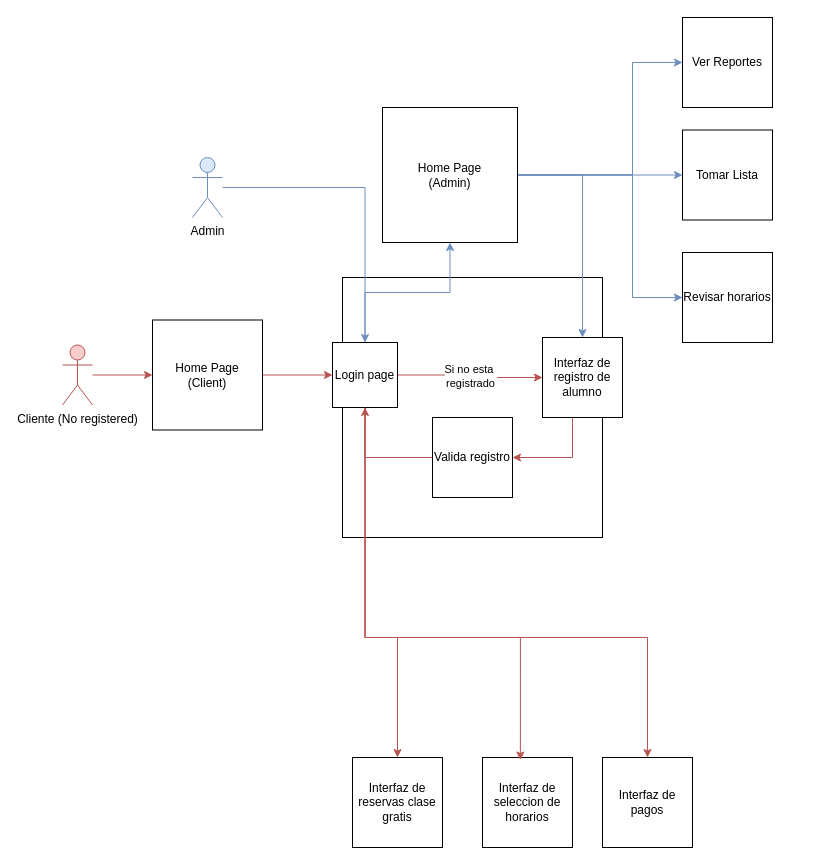
guillermo9301/isil-final-project keeps this draw.io diagram as Untitled Diagram.drawio. Above is the earlier version. Source tidied: cells renumbered, new cells numbered last; positions are measured from the earlier drawing's top-left corner, leaving out a move shared by most shapes. Both pictures are drawn from the tidied source at 100%, with x=0, y=0 at pixel (62, 17).
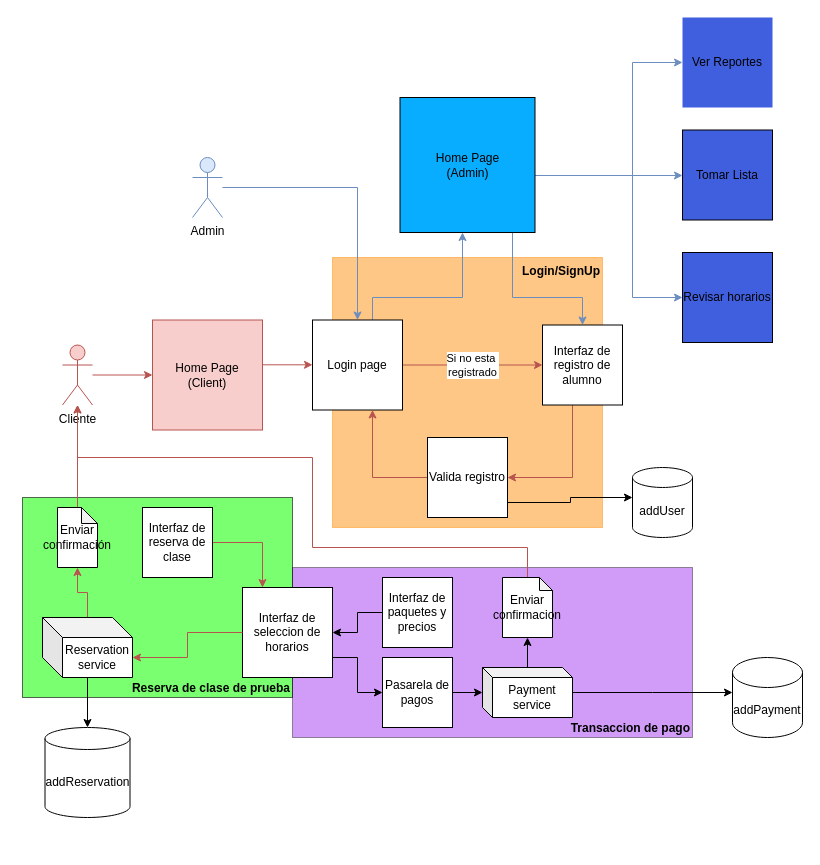
After the change.

The edit, as a diff of the source:
```diff
@@
-    <mxCell id="2" style="whiteSpace=wrap;html=1;" parent="1" vertex="1">
-      <mxGeometry x="280" y="260" width="260" height="260" as="geometry" />
+    <mxCell id="2" value="Login/SignUp&lt;div&gt;&lt;br&gt;&lt;/div&gt;" style="whiteSpace=wrap;html=1;fillColor=#FF8F0F;strokeColor=#FF8F0F;opacity=50;verticalAlign=top;align=right;fontStyle=1;" parent="1" vertex="1">
+      <mxGeometry x="270" y="240" width="270" height="270" as="geometry" />
     </mxCell>
@@
-    <mxCell id="4" style="edgeStyle=orthogonalEdgeStyle;rounded=0;jettySize=auto;html=1;fillColor=#f8cecc;strokeColor=#b85450;" parent="1" edge="1" source="7" target="19">
-      <mxGeometry relative="1" as="geometry">
-        <Array as="points">
-          <mxPoint x="303" y="620" />
-          <mxPoint x="335" y="620" />
-        </Array>
-      </mxGeometry>
-    </mxCell>
-    <mxCell id="5" style="edgeStyle=orthogonalEdgeStyle;rounded=0;jettySize=auto;html=1;fillColor=#f8cecc;strokeColor=#b85450;" parent="1" edge="1" source="7" target="20">
-      <mxGeometry relative="1" as="geometry">
-        <Array as="points">
-          <mxPoint x="303" y="620" />
-          <mxPoint x="585" y="620" />
-        </Array>
-      </mxGeometry>
-    </mxCell>
     <mxCell id="6" style="edgeStyle=orthogonalEdgeStyle;rounded=0;jettySize=auto;html=1;fillColor=#dae8fc;strokeColor=#6c8ebf;" parent="1" edge="1" source="7" target="14">
-      <mxGeometry relative="1" as="geometry" />
+      <mxGeometry relative="1" as="geometry">
+        <Array as="points">
+          <mxPoint x="310" y="280" />
+          <mxPoint x="400" y="280" />
+        </Array>
+      </mxGeometry>
     </mxCell>
     <mxCell id="7" value="Login page" style="whiteSpace=wrap;html=1;" parent="1" vertex="1">
-      <mxGeometry x="270" y="325" width="65" height="65" as="geometry" />
+      <mxGeometry x="250" y="302.5" width="90" height="90" as="geometry" />
     </mxCell>
-    <mxCell id="8" style="edgeStyle=orthogonalEdgeStyle;rounded=0;jettySize=auto;html=1;fillColor=#f8cecc;strokeColor=#b85450;" parent="1" edge="1" source="9" target="7">
-      <mxGeometry relative="1" as="geometry" />
+    <mxCell id="8" style="edgeStyle=orthogonalEdgeStyle;rounded=0;orthogonalLoop=1;jettySize=auto;html=1;fillColor=#f8cecc;strokeColor=#b85450;" parent="1" edge="1">
+      <mxGeometry relative="1" as="geometry">
+        <mxPoint x="200" y="347.3" as="sourcePoint" />
+        <mxPoint x="250" y="347.3" as="targetPoint" />
+        <Array as="points">
+          <mxPoint x="240" y="347.8" />
+          <mxPoint x="240" y="347.8" />
+        </Array>
+      </mxGeometry>
     </mxCell>
-    <mxCell id="9" value="Home Page&lt;div&gt;(Client)&lt;/div&gt;" style="whiteSpace=wrap;html=1;" parent="1" vertex="1">
+    <mxCell id="9" value="Home Page&lt;div&gt;(Client)&lt;/div&gt;" style="whiteSpace=wrap;html=1;fillColor=#f8cecc;strokeColor=#b85450;" parent="1" vertex="1">
       <mxGeometry x="90" y="302.5" width="110" height="110" as="geometry" />
     </mxCell>
     <mxCell id="10" style="edgeStyle=orthogonalEdgeStyle;rounded=0;jettySize=auto;html=1;fillColor=#dae8fc;strokeColor=#6c8ebf;" parent="1" edge="1" source="14" target="24">
-      <mxGeometry relative="1" as="geometry" />
+      <mxGeometry relative="1" as="geometry">
+        <Array as="points">
+          <mxPoint x="450" y="280" />
+          <mxPoint x="520" y="280" />
+        </Array>
+      </mxGeometry>
     </mxCell>
     <mxCell id="11" style="edgeStyle=orthogonalEdgeStyle;rounded=0;jettySize=auto;html=1;fillColor=#dae8fc;strokeColor=#6c8ebf;" parent="1" edge="1" source="14" target="21">
-      <mxGeometry relative="1" as="geometry" />
+      <mxGeometry relative="1" as="geometry">
+        <Array as="points">
+          <mxPoint x="510" y="158" />
+          <mxPoint x="510" y="158" />
+        </Array>
+      </mxGeometry>
     </mxCell>
@@
-    <mxCell id="14" value="Home Page&lt;div&gt;(Admin)&lt;/div&gt;" style="whiteSpace=wrap;html=1;" parent="1" vertex="1">
-      <mxGeometry x="320" y="90" width="135" height="135" as="geometry" />
+    <mxCell id="14" value="Home Page&lt;div&gt;(Admin)&lt;/div&gt;" style="whiteSpace=wrap;html=1;gradientColor=none;fillColor=#08ADFF;" parent="1" vertex="1">
+      <mxGeometry x="337.5" y="80" width="135" height="135" as="geometry" />
     </mxCell>
@@
-    <mxCell id="18" value="&lt;div&gt;Cliente (No registered)&lt;/div&gt;" style="shape=umlActor;verticalLabelPosition=bottom;verticalAlign=top;html=1;outlineConnect=0;fillColor=#f8cecc;strokeColor=#b85450;" parent="1" vertex="1">
+    <mxCell id="18" value="&lt;div&gt;Cliente&lt;/div&gt;" style="shape=umlActor;verticalLabelPosition=bottom;verticalAlign=top;html=1;outlineConnect=0;fillColor=#f8cecc;strokeColor=#b85450;" parent="1" vertex="1">
       <mxGeometry y="327.5" width="30" height="60" as="geometry" />
     </mxCell>
-    <mxCell id="19" value="Interfaz de reservas clase gratis" style="whiteSpace=wrap;html=1;" parent="1" vertex="1">
-      <mxGeometry x="290" y="740" width="90" height="90" as="geometry" />
-    </mxCell>
-    <mxCell id="20" value="Interfaz de pagos" style="whiteSpace=wrap;html=1;" parent="1" vertex="1">
-      <mxGeometry x="540" y="740" width="90" height="90" as="geometry" />
-    </mxCell>
-    <mxCell id="21" value="Tomar Lista" style="whiteSpace=wrap;html=1;" parent="1" vertex="1">
+    <mxCell id="21" value="Tomar Lista" style="whiteSpace=wrap;html=1;fillColor=#3F5FDE;" parent="1" vertex="1">
       <mxGeometry x="620" y="112.5" width="90" height="90" as="geometry" />
     </mxCell>
-    <mxCell id="22" value="Interfaz de seleccion de horarios" style="whiteSpace=wrap;html=1;" parent="1" vertex="1">
-      <mxGeometry x="420" y="740" width="90" height="90" as="geometry" />
-    </mxCell>
     <mxCell id="23" style="edgeStyle=orthogonalEdgeStyle;rounded=0;jettySize=auto;html=1;fillColor=#f8cecc;strokeColor=#b85450;" parent="1" edge="1" source="24" target="26">
       <mxGeometry relative="1" as="geometry">
         <Array as="points">
-          <mxPoint x="510" y="440" />
+          <mxPoint x="510" y="460" />
         </Array>
       </mxGeometry>
     </mxCell>
     <mxCell id="24" value="Interfaz de registro de alumno" style="whiteSpace=wrap;html=1;" parent="1" vertex="1">
-      <mxGeometry x="480" y="320" width="80" height="80" as="geometry" />
+      <mxGeometry x="480" y="307.5" width="80" height="80" as="geometry" />
     </mxCell>
     <mxCell id="25" style="edgeStyle=orthogonalEdgeStyle;rounded=0;jettySize=auto;html=1;fillColor=#f8cecc;strokeColor=#b85450;" parent="1" edge="1" source="26" target="7">
-      <mxGeometry relative="1" as="geometry" />
+      <mxGeometry relative="1" as="geometry">
+        <Array as="points">
+          <mxPoint x="310" y="460" />
+        </Array>
+      </mxGeometry>
     </mxCell>
+    <mxCell id="30" style="edgeStyle=orthogonalEdgeStyle;rounded=0;jettySize=auto;html=1;" parent="1" edge="1" source="26" target="49">
+      <mxGeometry relative="1" as="geometry">
+        <Array as="points">
+          <mxPoint x="508" y="485" />
+          <mxPoint x="508" y="480" />
+        </Array>
+      </mxGeometry>
+    </mxCell>
     <mxCell id="26" value="Valida registro" style="whiteSpace=wrap;html=1;" parent="1" vertex="1">
-      <mxGeometry x="370" y="400" width="80" height="80" as="geometry" />
+      <mxGeometry x="365" y="420" width="80" height="80" as="geometry" />
     </mxCell>
-    <mxCell id="27" style="edgeStyle=orthogonalEdgeStyle;rounded=0;jettySize=auto;html=1;entryX=0.421;entryY=0.028;entryDx=0;entryDy=0;entryPerimeter=0;fillColor=#f8cecc;strokeColor=#b85450;" parent="1" edge="1" source="7" target="22">
-      <mxGeometry relative="1" as="geometry">
-        <Array as="points">
-          <mxPoint x="303" y="620" />
-          <mxPoint x="458" y="620" />
-        </Array>
-      </mxGeometry>
-    </mxCell>
-    <mxCell id="28" value="Ver Reportes" style="whiteSpace=wrap;html=1;" parent="1" vertex="1">
+    <mxCell id="28" value="Ver Reportes" style="whiteSpace=wrap;html=1;fillStyle=auto;strokeColor=none;gradientColor=none;fillColor=#3f5fde;" parent="1" vertex="1">
       <mxGeometry x="620" width="90" height="90" as="geometry" />
     </mxCell>
-    <mxCell id="29" value="Revisar horarios" style="whiteSpace=wrap;html=1;" parent="1" vertex="1">
+    <mxCell id="29" value="Revisar horarios" style="whiteSpace=wrap;html=1;fillColor=#3F5FDE;" parent="1" vertex="1">
       <mxGeometry x="620" y="235" width="90" height="90" as="geometry" />
     </mxCell>
+    <mxCell id="31" value="Reserva de clase de prueba" style="rounded=0;whiteSpace=wrap;html=1;fillColor=#22FF12;opacity=60;align=right;verticalAlign=bottom;fontStyle=1;" parent="1" vertex="1">
+      <mxGeometry x="-40" y="480" width="270" height="200" as="geometry" />
+    </mxCell>
+    <mxCell id="32" style="edgeStyle=orthogonalEdgeStyle;rounded=0;jettySize=auto;html=1;fillColor=#f8cecc;strokeColor=#b85450;" parent="1" edge="1" source="33" target="22">
+      <mxGeometry relative="1" as="geometry">
+        <Array as="points">
+          <mxPoint x="200" y="525" />
+        </Array>
+      </mxGeometry>
+    </mxCell>
+    <mxCell id="33" value="Interfaz de reserva de clase" style="whiteSpace=wrap;html=1;" parent="1" vertex="1">
+      <mxGeometry x="80" y="490" width="70" height="70" as="geometry" />
+    </mxCell>
+    <mxCell id="34" style="edgeStyle=orthogonalEdgeStyle;rounded=0;jettySize=auto;html=1;fillColor=#f8cecc;strokeColor=#b85450;" parent="1" edge="1" source="36" target="38">
+      <mxGeometry relative="1" as="geometry" />
+    </mxCell>
+    <mxCell id="35" style="edgeStyle=orthogonalEdgeStyle;rounded=0;jettySize=auto;html=1;" parent="1" edge="1" source="36" target="50">
+      <mxGeometry relative="1" as="geometry" />
+    </mxCell>
+    <mxCell id="36" value="Reservation service" style="shape=cube;whiteSpace=wrap;html=1;boundedLbl=1;backgroundOutline=1;darkOpacity=0.05;darkOpacity2=0.1;" parent="1" vertex="1">
+      <mxGeometry x="-20" y="600" width="90" height="60" as="geometry" />
+    </mxCell>
+    <mxCell id="37" style="edgeStyle=orthogonalEdgeStyle;rounded=0;jettySize=auto;html=1;fillColor=#f8cecc;strokeColor=#b85450;" parent="1" edge="1" source="38" target="18">
+      <mxGeometry relative="1" as="geometry" />
+    </mxCell>
+    <mxCell id="38" value="Enviar confirmación" style="shape=note;whiteSpace=wrap;html=1;backgroundOutline=1;darkOpacity=0.05;size=16;" parent="1" vertex="1">
+      <mxGeometry x="-5" y="490" width="40" height="60" as="geometry" />
+    </mxCell>
+    <mxCell id="39" value="Transaccion de pago" style="rounded=0;whiteSpace=wrap;html=1;fillColor=#8A09ED;opacity=40;align=right;verticalAlign=bottom;fontStyle=1;" parent="1" vertex="1">
+      <mxGeometry x="230" y="550" width="400" height="170" as="geometry" />
+    </mxCell>
+    <mxCell id="40" style="edgeStyle=orthogonalEdgeStyle;rounded=0;jettySize=auto;html=1;entryX=1;entryY=0.5;entryDx=0;entryDy=0;" parent="1" edge="1" source="20" target="22">
+      <mxGeometry relative="1" as="geometry" />
+    </mxCell>
+    <mxCell id="20" value="Interfaz de paquetes y precios" style="whiteSpace=wrap;html=1;" parent="1" vertex="1">
+      <mxGeometry x="320" y="560" width="70" height="70" as="geometry" />
+    </mxCell>
+    <mxCell id="41" style="edgeStyle=orthogonalEdgeStyle;rounded=0;jettySize=auto;html=1;" parent="1" edge="1" source="22" target="43">
+      <mxGeometry relative="1" as="geometry">
+        <Array as="points">
+          <mxPoint x="295" y="640" />
+          <mxPoint x="295" y="675" />
+        </Array>
+      </mxGeometry>
+    </mxCell>
+    <mxCell id="22" value="Interfaz de seleccion de horarios" style="whiteSpace=wrap;html=1;" parent="1" vertex="1">
+      <mxGeometry x="180" y="570" width="90" height="90" as="geometry" />
+    </mxCell>
+    <mxCell id="42" style="edgeStyle=orthogonalEdgeStyle;rounded=0;jettySize=auto;html=1;" parent="1" edge="1" source="43" target="44">
+      <mxGeometry relative="1" as="geometry" />
+    </mxCell>
+    <mxCell id="43" value="Pasarela de pagos" style="whiteSpace=wrap;html=1;" parent="1" vertex="1">
+      <mxGeometry x="320" y="640" width="70" height="70" as="geometry" />
+    </mxCell>
+    <mxCell id="44" value="Payment service" style="shape=cube;whiteSpace=wrap;html=1;boundedLbl=1;backgroundOutline=1;darkOpacity=0.05;darkOpacity2=0.1;size=10;" parent="1" vertex="1">
+      <mxGeometry x="420" y="650" width="90" height="50" as="geometry" />
+    </mxCell>
+    <mxCell id="45" style="edgeStyle=orthogonalEdgeStyle;rounded=0;jettySize=auto;html=1;entryX=0;entryY=0;entryDx=90;entryDy=40;entryPerimeter=0;fillColor=#f8cecc;strokeColor=#b85450;" parent="1" edge="1" source="22" target="36">
+      <mxGeometry relative="1" as="geometry" />
+    </mxCell>
+    <mxCell id="46" style="edgeStyle=orthogonalEdgeStyle;rounded=0;jettySize=auto;html=1;fillColor=#f8cecc;strokeColor=#b85450;" parent="1" edge="1" source="47" target="18">
+      <mxGeometry relative="1" as="geometry">
+        <Array as="points">
+          <mxPoint x="465" y="530" />
+          <mxPoint x="250" y="530" />
+          <mxPoint x="250" y="440" />
+          <mxPoint x="15" y="440" />
+        </Array>
+      </mxGeometry>
+    </mxCell>
+    <mxCell id="47" value="Enviar confirmacion" style="shape=note;whiteSpace=wrap;html=1;backgroundOutline=1;darkOpacity=0.05;size=13;" parent="1" vertex="1">
+      <mxGeometry x="440" y="560" width="50" height="60" as="geometry" />
+    </mxCell>
+    <mxCell id="48" style="edgeStyle=orthogonalEdgeStyle;rounded=0;jettySize=auto;html=1;entryX=0.5;entryY=1;entryDx=0;entryDy=0;entryPerimeter=0;" parent="1" edge="1" source="44" target="47">
+      <mxGeometry relative="1" as="geometry" />
+    </mxCell>
+    <mxCell id="49" value="addUser" style="shape=cylinder3;whiteSpace=wrap;html=1;boundedLbl=1;backgroundOutline=1;size=10;" parent="1" vertex="1">
+      <mxGeometry x="570" y="450" width="60" height="70" as="geometry" />
+    </mxCell>
+    <mxCell id="50" value="addReservation" style="shape=cylinder3;whiteSpace=wrap;html=1;boundedLbl=1;backgroundOutline=1;size=11;" parent="1" vertex="1">
+      <mxGeometry x="-17.5" y="710" width="85" height="90" as="geometry" />
+    </mxCell>
+    <mxCell id="51" value="addPayment" style="shape=cylinder3;whiteSpace=wrap;html=1;boundedLbl=1;backgroundOutline=1;size=15;" parent="1" vertex="1">
+      <mxGeometry x="670" y="640" width="70" height="80" as="geometry" />
+    </mxCell>
+    <mxCell id="52" style="edgeStyle=orthogonalEdgeStyle;rounded=0;jettySize=auto;html=1;" parent="1" edge="1" source="44">
+      <mxGeometry relative="1" as="geometry">
+        <mxPoint x="670" y="675" as="targetPoint" />
+      </mxGeometry>
+    </mxCell>
```
